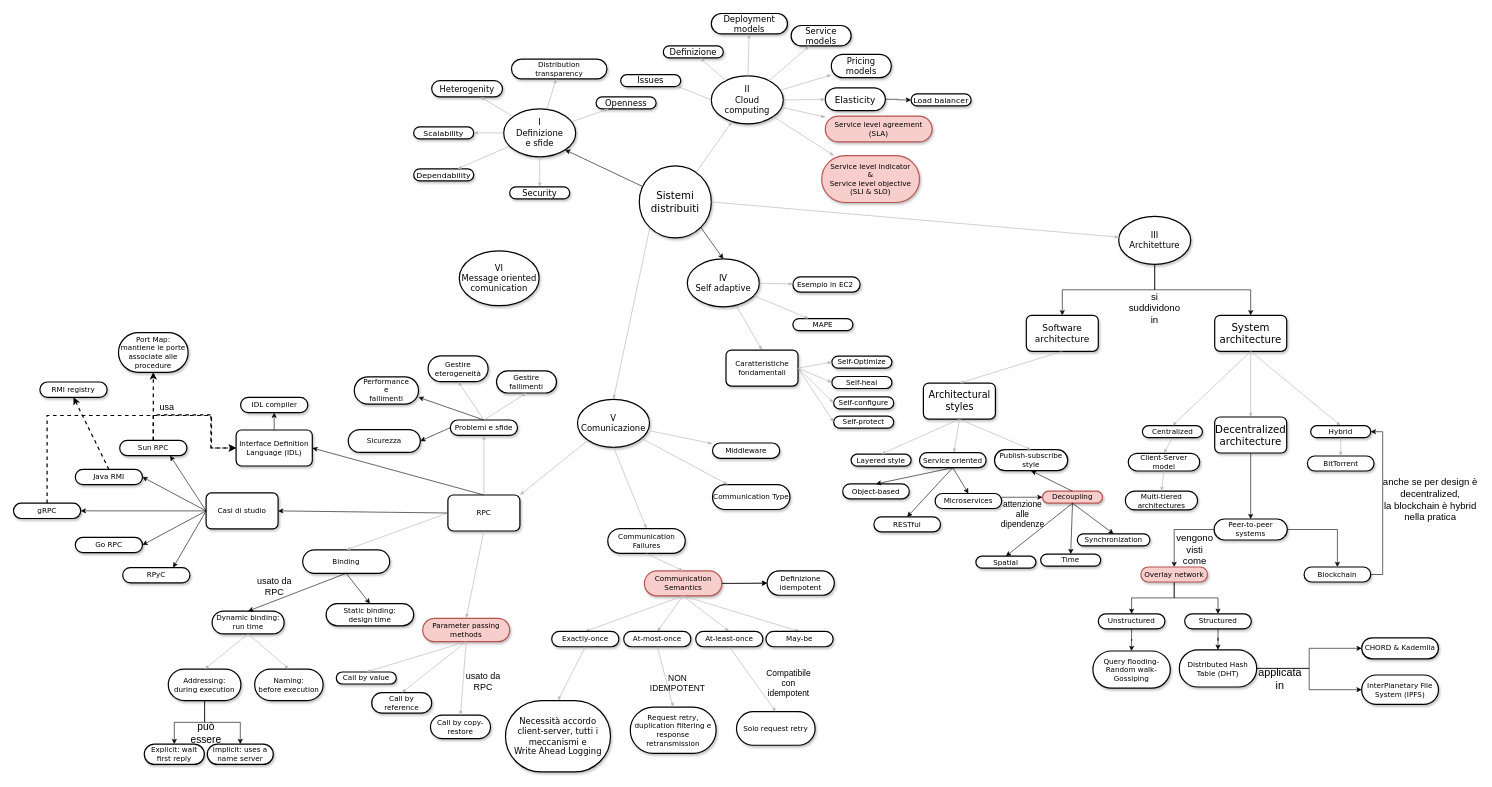
This is mappa concettuale ds.drawio from teor0/SistemiDistribuiti, a draw.io file, before an edit. Source tidied: cells renumbered, new cells numbered last; positions are measured from the earlier drawing's top-left corner, leaving out a move shared by most shapes. Both pictures are drawn from the tidied source at 60%, with x=0, y=0 at pixel (13, 13).
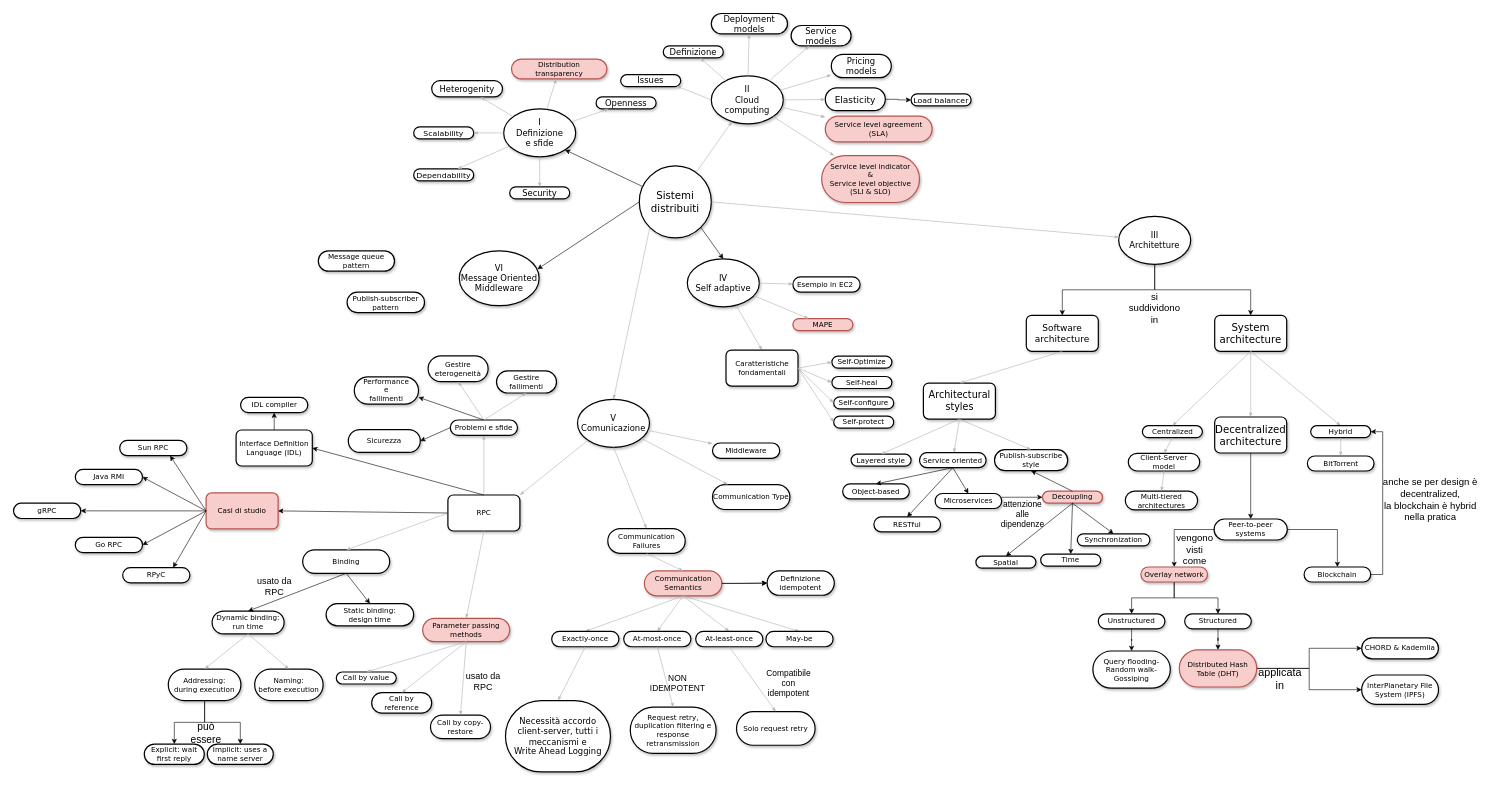
After the change.

Unchanged cells that the change refers to:
```xml
<mxCell id="5" value="Sistemi distribuiti" style="ellipse;whiteSpace=wrap;html=1;rounded=1;shadow=1;comic=0;labelBackgroundColor=none;strokeWidth=2;fontFamily=Verdana;fontSize=17;align=center;" parent="1" vertex="1">
  <mxGeometry x="1043" y="254" width="120" height="120" as="geometry" />
</mxCell>
<mxCell id="162" value="Interface Definition Language (IDL)" style="rounded=1;whiteSpace=wrap;html=1;shadow=1;comic=0;labelBackgroundColor=none;strokeWidth=2;fontFamily=Verdana;fontSize=12;align=center;" parent="1" vertex="1">
  <mxGeometry x="371" y="694.2" width="127" height="60" as="geometry" />
</mxCell>
<mxCell id="178" value="&lt;span&gt;Sun RPC&lt;/span&gt;" style="whiteSpace=wrap;html=1;rounded=1;shadow=1;comic=0;labelBackgroundColor=none;strokeWidth=2;fontFamily=Verdana;fontSize=12;align=center;arcSize=50;" parent="1" vertex="1">
  <mxGeometry x="177" y="711.5" width="112" height="25.5" as="geometry" />
</mxCell>
<mxCell id="180" value="&lt;span&gt;gRPC&lt;/span&gt;" style="whiteSpace=wrap;html=1;rounded=1;shadow=1;comic=0;labelBackgroundColor=none;strokeWidth=2;fontFamily=Verdana;fontSize=12;align=center;arcSize=50;" parent="1" vertex="1">
  <mxGeometry y="816.2" width="112" height="25.5" as="geometry" />
</mxCell>
<mxCell id="181" value="&lt;span&gt;Java RMI&lt;/span&gt;" style="whiteSpace=wrap;html=1;rounded=1;shadow=1;comic=0;labelBackgroundColor=none;strokeWidth=2;fontFamily=Verdana;fontSize=12;align=center;arcSize=50;" parent="1" vertex="1">
  <mxGeometry x="103" y="759.8" width="112" height="25.5" as="geometry" />
</mxCell>
```

The edit, as a diff of the source:
```diff
@@
-    <mxCell id="11" value="&lt;span&gt;Distribution&lt;/span&gt;&lt;div&gt;&lt;span style=&quot;background-color: transparent; color: light-dark(rgb(0, 0, 0), rgb(255, 255, 255));&quot;&gt;transparency&lt;/span&gt;&lt;/div&gt;" style="whiteSpace=wrap;html=1;rounded=1;shadow=1;comic=0;labelBackgroundColor=none;strokeWidth=2;fontFamily=Verdana;fontSize=12;align=center;arcSize=50;" parent="1" vertex="1">
+    <mxCell id="11" value="&lt;span&gt;Distribution&lt;/span&gt;&lt;div&gt;&lt;span style=&quot;background-color: transparent; color: light-dark(rgb(0, 0, 0), rgb(255, 255, 255));&quot;&gt;transparency&lt;/span&gt;&lt;/div&gt;" style="whiteSpace=wrap;html=1;rounded=1;shadow=1;comic=0;labelBackgroundColor=none;strokeWidth=2;fontFamily=Verdana;fontSize=12;align=center;arcSize=50;fillColor=#f8cecc;strokeColor=#b85450;" parent="1" vertex="1">
       <mxGeometry x="830" y="76" width="159" height="33" as="geometry" />
     </mxCell>
@@
-    <mxCell id="72" value="Distributed Hash Table (DHT)" style="whiteSpace=wrap;html=1;rounded=1;shadow=1;comic=0;labelBackgroundColor=none;strokeWidth=2;fontFamily=Verdana;fontSize=12;align=center;arcSize=50;" parent="1" vertex="1">
+    <mxCell id="72" value="Distributed Hash Table (DHT)" style="whiteSpace=wrap;html=1;rounded=1;shadow=1;comic=0;labelBackgroundColor=none;strokeWidth=2;fontFamily=Verdana;fontSize=12;align=center;arcSize=50;fillColor=#f8cecc;strokeColor=#b85450;" parent="1" vertex="1">
       <mxGeometry x="1943" y="1060.5" width="129" height="62" as="geometry" />
     </mxCell>
@@
-    <mxCell id="88" value="&lt;span&gt;MAPE&lt;/span&gt;" style="whiteSpace=wrap;html=1;rounded=1;shadow=1;comic=0;labelBackgroundColor=none;strokeWidth=2;fontFamily=Verdana;fontSize=12;align=center;arcSize=50;" parent="1" vertex="1">
+    <mxCell id="88" value="&lt;span&gt;MAPE&lt;/span&gt;" style="whiteSpace=wrap;html=1;rounded=1;shadow=1;comic=0;labelBackgroundColor=none;strokeWidth=2;fontFamily=Verdana;fontSize=12;align=center;arcSize=50;fillColor=#f8cecc;strokeColor=#b85450;" parent="1" vertex="1">
       <mxGeometry x="1299" y="508.5" width="100" height="20" as="geometry" />
     </mxCell>
@@
-    <mxCell id="175" value="Casi di studio" style="rounded=1;whiteSpace=wrap;html=1;shadow=1;comic=0;labelBackgroundColor=none;strokeWidth=2;fontFamily=Verdana;fontSize=12;align=center;" parent="1" vertex="1">
+    <mxCell id="175" value="Casi di studio" style="rounded=1;whiteSpace=wrap;html=1;shadow=1;comic=0;labelBackgroundColor=none;strokeWidth=2;fontFamily=Verdana;fontSize=12;align=center;fillColor=#f8cecc;strokeColor=#b85450;" parent="1" vertex="1">
       <mxGeometry x="321" y="799" width="120" height="60" as="geometry" />
     </mxCell>
@@
-    <mxCell id="177" style="edgeStyle=orthogonalEdgeStyle;rounded=0;jettySize=auto;html=1;exitX=0.5;exitY=0;exitDx=0;exitDy=0;entryX=0.5;entryY=1;entryDx=0;entryDy=0;strokeWidth=2;dashed=1;" parent="1" edge="1" source="178" target="194">
-      <mxGeometry relative="1" as="geometry" />
-    </mxCell>
@@
-    <mxCell id="179" style="edgeStyle=orthogonalEdgeStyle;rounded=0;jettySize=auto;html=1;exitX=0.5;exitY=0;exitDx=0;exitDy=0;entryX=0;entryY=0.5;entryDx=0;entryDy=0;dashed=1;strokeWidth=2;" parent="1" edge="1" source="180" target="162">
-      <mxGeometry relative="1" as="geometry">
-        <Array as="points">
-          <mxPoint x="56" y="670" />
-          <mxPoint x="329" y="670" />
-          <mxPoint x="329" y="724" />
-        </Array>
-      </mxGeometry>
-    </mxCell>
@@
-    <mxCell id="192" style="endArrow=classic;html=1;rounded=0;exitX=0.5;exitY=0;exitDx=0;exitDy=0;entryX=0;entryY=0.5;entryDx=0;entryDy=0;edgeStyle=orthogonalEdgeStyle;dashed=1;strokeWidth=2;" parent="1" edge="1" source="178" target="162">
-      <mxGeometry relative="1" as="geometry">
-        <Array as="points">
-          <mxPoint x="233" y="669" />
-          <mxPoint x="330" y="669" />
-          <mxPoint x="330" y="724" />
-        </Array>
-      </mxGeometry>
-    </mxCell>
-    <mxCell id="193" value="usa" style="text;html=1;whiteSpace=wrap;strokeColor=none;fillColor=none;align=center;verticalAlign=middle;rounded=0;fontSize=15;" parent="1" vertex="1">
-      <mxGeometry x="226" y="639.8" width="60" height="30" as="geometry" />
-    </mxCell>
-    <mxCell id="194" value="&lt;span&gt;Port Map: mantiene le porte associate alle procedure&lt;/span&gt;" style="whiteSpace=wrap;html=1;rounded=1;shadow=1;comic=0;labelBackgroundColor=none;strokeWidth=2;fontFamily=Verdana;fontSize=12;align=center;arcSize=50;" parent="1" vertex="1">
-      <mxGeometry x="175" y="532" width="116" height="66" as="geometry" />
-    </mxCell>
-    <mxCell id="195" value="&lt;span&gt;RMI registry&lt;/span&gt;" style="whiteSpace=wrap;html=1;rounded=1;shadow=1;comic=0;labelBackgroundColor=none;strokeWidth=2;fontFamily=Verdana;fontSize=12;align=center;arcSize=50;" parent="1" vertex="1">
-      <mxGeometry x="44" y="614.2" width="112" height="25.5" as="geometry" />
-    </mxCell>
-    <mxCell id="196" style="endArrow=classic;html=1;rounded=0;exitX=0.5;exitY=0;exitDx=0;exitDy=0;entryX=0.5;entryY=1;entryDx=0;entryDy=0;dashed=1;strokeWidth=2;" parent="1" edge="1" source="181" target="195">
-      <mxGeometry relative="1" as="geometry" />
-    </mxCell>
@@
-    <mxCell id="207" value="VI&lt;div&gt;Message oriented comunication&lt;/div&gt;" style="ellipse;whiteSpace=wrap;html=1;rounded=1;shadow=1;comic=0;labelBackgroundColor=none;strokeWidth=2;fontFamily=Verdana;fontSize=14;align=center;" parent="1" vertex="1">
+    <mxCell id="207" value="VI&lt;div&gt;Message Oriented Middleware&lt;/div&gt;" style="ellipse;whiteSpace=wrap;html=1;rounded=1;shadow=1;comic=0;labelBackgroundColor=none;strokeWidth=2;fontFamily=Verdana;fontSize=14;align=center;" parent="1" vertex="1">
       <mxGeometry x="743" y="395.5" width="133" height="91.5" as="geometry" />
     </mxCell>
+    <mxCell id="208" style="endArrow=classic;html=1;rounded=0;entryX=0.979;entryY=0.334;entryDx=0;entryDy=0;entryPerimeter=0;exitX=0;exitY=0.5;exitDx=0;exitDy=0;" parent="1" edge="1" source="5" target="207">
+      <mxGeometry relative="1" as="geometry" />
+    </mxCell>
+    <mxCell id="209" value="&lt;span&gt;Message queue pattern&lt;/span&gt;" style="whiteSpace=wrap;html=1;rounded=1;shadow=1;comic=0;labelBackgroundColor=none;strokeWidth=2;fontFamily=Verdana;fontSize=12;align=center;arcSize=50;" parent="1" vertex="1">
+      <mxGeometry x="508" y="395.5" width="127" height="34" as="geometry" />
+    </mxCell>
+    <mxCell id="210" value="Publish-subscriber pattern" style="whiteSpace=wrap;html=1;rounded=1;shadow=1;comic=0;labelBackgroundColor=none;strokeWidth=2;fontFamily=Verdana;fontSize=12;align=center;arcSize=50;" parent="1" vertex="1">
+      <mxGeometry x="556" y="464.5" width="129" height="34" as="geometry" />
+    </mxCell>
```
